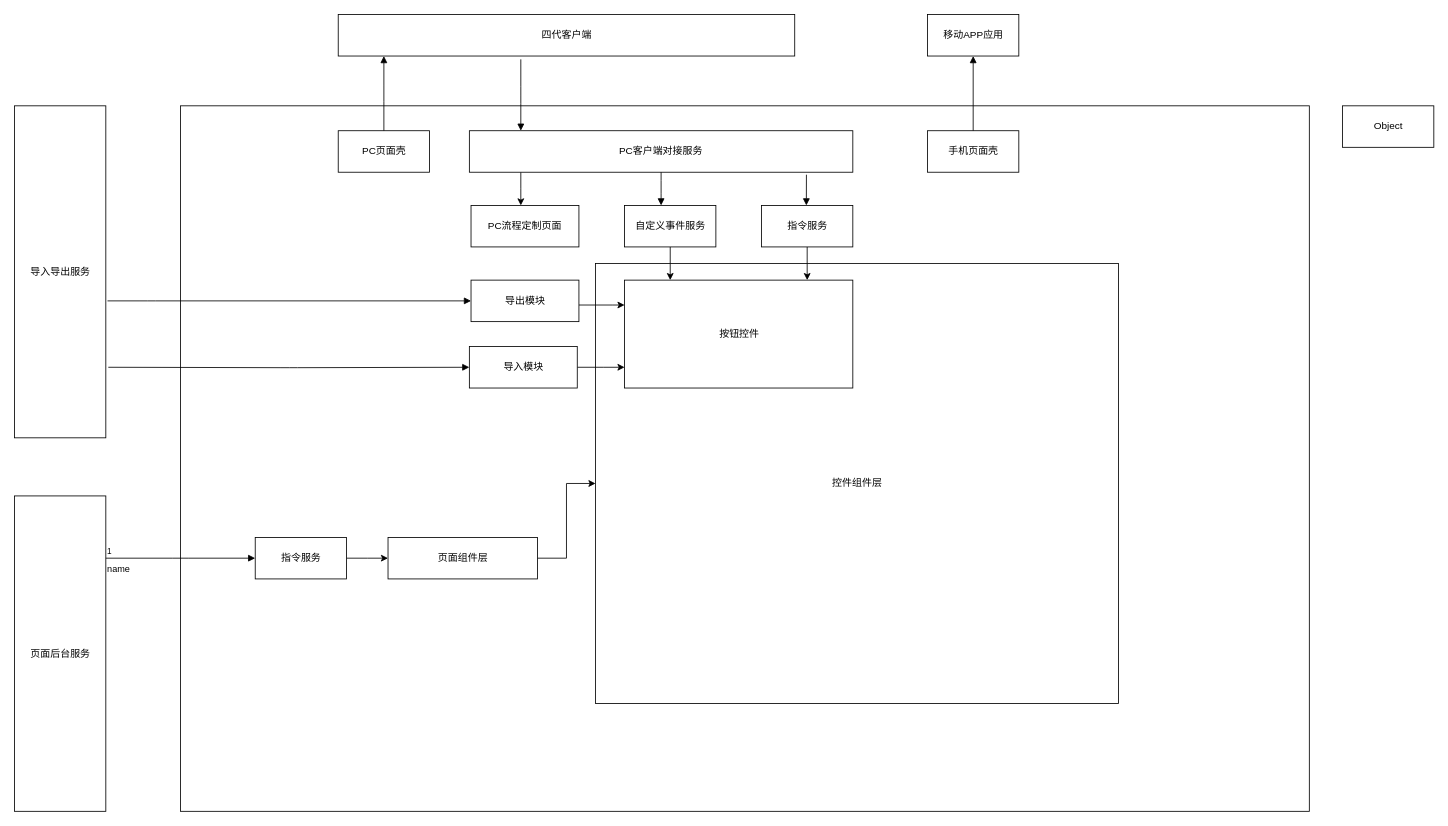
This is 页面UI组件实例服务模块关系.drawio from asling/my-umls, a draw.io file, before an edit. Source tidied: cells renumbered, new cells numbered last; positions are measured from the earlier drawing's top-left corner, leaving out a move shared by most shapes. Both pictures are drawn from the tidied source at 83%, with x=0, y=0 at pixel (14, 14).
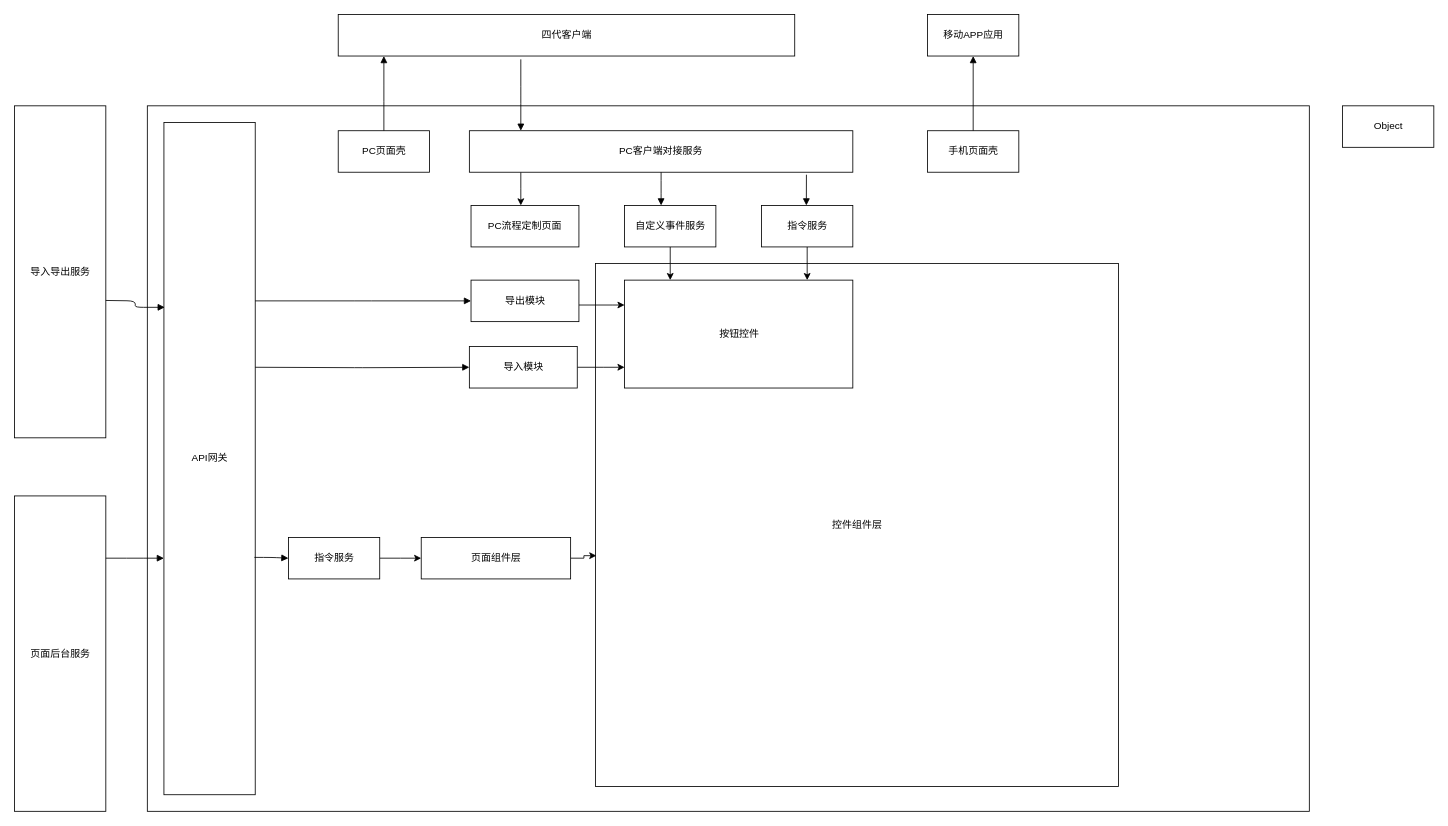
After the change.

Commit message:
Update 页面UI组件实例服务模块关系.drawio

The change refers to these unchanged cells:
```xml
<mxCell id="26" value="导出模块" style="html=1;" parent="1" vertex="1">
  <mxGeometry x="550" y="320" width="130" height="50" as="geometry" />
</mxCell>
<mxCell id="28" value="导入模块" style="html=1;" parent="1" vertex="1">
  <mxGeometry x="548" y="400" width="130" height="50" as="geometry" />
</mxCell>
```

Change to the diagram source:
```diff
@@
     <mxCell id="2" style="rounded=0;whiteSpace=wrap;html=1;" parent="1" vertex="1">
-      <mxGeometry x="200" y="110" width="1360" height="850" as="geometry" />
+      <mxGeometry x="160" y="110" width="1400" height="850" as="geometry" />
     </mxCell>
+    <mxCell id="40" value="API网关" style="html=1;" parent="1" vertex="1">
+      <mxGeometry x="180" y="130" width="110" height="810" as="geometry" />
+    </mxCell>
     <mxCell id="3" value="控件组件层" style="html=1;" parent="1" vertex="1">
-      <mxGeometry x="700" y="300" width="630" height="530" as="geometry" />
+      <mxGeometry x="700" y="300" width="630" height="630" as="geometry" />
     </mxCell>
@@
     <mxCell id="29" style="endArrow=block;endFill=1;html=1;edgeStyle=elbowEdgeStyle;align=left;verticalAlign=top;entryX=0;entryY=0.5;entryDx=0;entryDy=0;" parent="1" edge="1" target="26">
       <mxGeometry x="-1" relative="1" as="geometry">
-        <mxPoint x="112" y="345" as="sourcePoint" />
-        <Array as="points">
-          <mxPoint x="160" y="350" />
-          <mxPoint x="210" y="350" />
-        </Array>
+        <mxPoint x="290" y="345" as="sourcePoint" />
       </mxGeometry>
     </mxCell>
@@
     <mxCell id="31" style="endArrow=block;endFill=1;html=1;edgeStyle=orthogonalEdgeStyle;align=left;verticalAlign=top;" parent="1" edge="1" target="28">
       <mxGeometry x="-1" relative="1" as="geometry">
-        <mxPoint x="113" y="425" as="sourcePoint" />
+        <mxPoint x="290" y="425" as="sourcePoint" />
       </mxGeometry>
     </mxCell>
@@
     <mxCell id="35" value="指令服务" style="html=1;" parent="1" vertex="1">
-      <mxGeometry x="290" y="630" width="110" height="50" as="geometry" />
+      <mxGeometry x="330" y="630" width="110" height="50" as="geometry" />
     </mxCell>
-    <mxCell id="36" value="name" style="endArrow=block;endFill=1;html=1;edgeStyle=elbowEdgeStyle;align=left;verticalAlign=top;entryX=0;entryY=0.5;entryDx=0;entryDy=0;" parent="1" edge="1" target="35">
+    <mxCell id="36" style="endArrow=block;endFill=1;html=1;edgeStyle=elbowEdgeStyle;align=left;verticalAlign=top;" parent="1" edge="1">
       <mxGeometry x="-1" relative="1" as="geometry">
         <mxPoint x="110" y="655" as="sourcePoint" />
+        <mxPoint x="180" y="655" as="targetPoint" />
       </mxGeometry>
     </mxCell>
-    <mxCell id="37" value="1" style="html=1;align=left;verticalAlign=bottom;labelBackgroundColor=#ffffff;fontSize=10;" parent="36" vertex="1">
+    <mxCell id="37" style="html=1;align=left;verticalAlign=bottom;labelBackgroundColor=#ffffff;fontSize=10;" parent="36" vertex="1">
       <mxGeometry x="-1" relative="1" as="geometry" />
     </mxCell>
-    <mxCell id="38" style="edgeStyle=elbowEdgeStyle;rounded=0;jettySize=auto;html=1;" parent="1" edge="1" source="39" target="3">
-      <mxGeometry relative="1" as="geometry" />
+    <mxCell id="38" style="edgeStyle=elbowEdgeStyle;rounded=0;jettySize=auto;html=1;" parent="1" edge="1" source="39">
+      <mxGeometry relative="1" as="geometry">
+        <mxPoint x="701" y="652" as="targetPoint" />
+      </mxGeometry>
     </mxCell>
     <mxCell id="39" value="页面组件层" style="html=1;" parent="1" vertex="1">
-      <mxGeometry x="450" y="630" width="180" height="50" as="geometry" />
+      <mxGeometry x="490" y="630" width="180" height="50" as="geometry" />
     </mxCell>
+    <mxCell id="41" style="endArrow=block;endFill=1;html=1;edgeStyle=orthogonalEdgeStyle;align=left;verticalAlign=top;entryX=0;entryY=0.5;entryDx=0;entryDy=0;exitX=0.991;exitY=0.647;exitDx=0;exitDy=0;exitPerimeter=0;" parent="1" edge="1" source="40" target="35">
+      <mxGeometry x="-1" relative="1" as="geometry" />
+    </mxCell>
+    <mxCell id="42" style="html=1;align=left;verticalAlign=bottom;labelBackgroundColor=#ffffff;fontSize=10;" parent="41" vertex="1">
+      <mxGeometry x="-1" relative="1" as="geometry" />
+    </mxCell>
+    <mxCell id="43" style="endArrow=block;endFill=1;html=1;edgeStyle=orthogonalEdgeStyle;align=left;verticalAlign=top;entryX=0.009;entryY=0.275;entryDx=0;entryDy=0;entryPerimeter=0;" parent="1" edge="1" target="40">
+      <mxGeometry x="-1" relative="1" as="geometry">
+        <mxPoint x="110" y="344.5" as="sourcePoint" />
+      </mxGeometry>
+    </mxCell>
```
